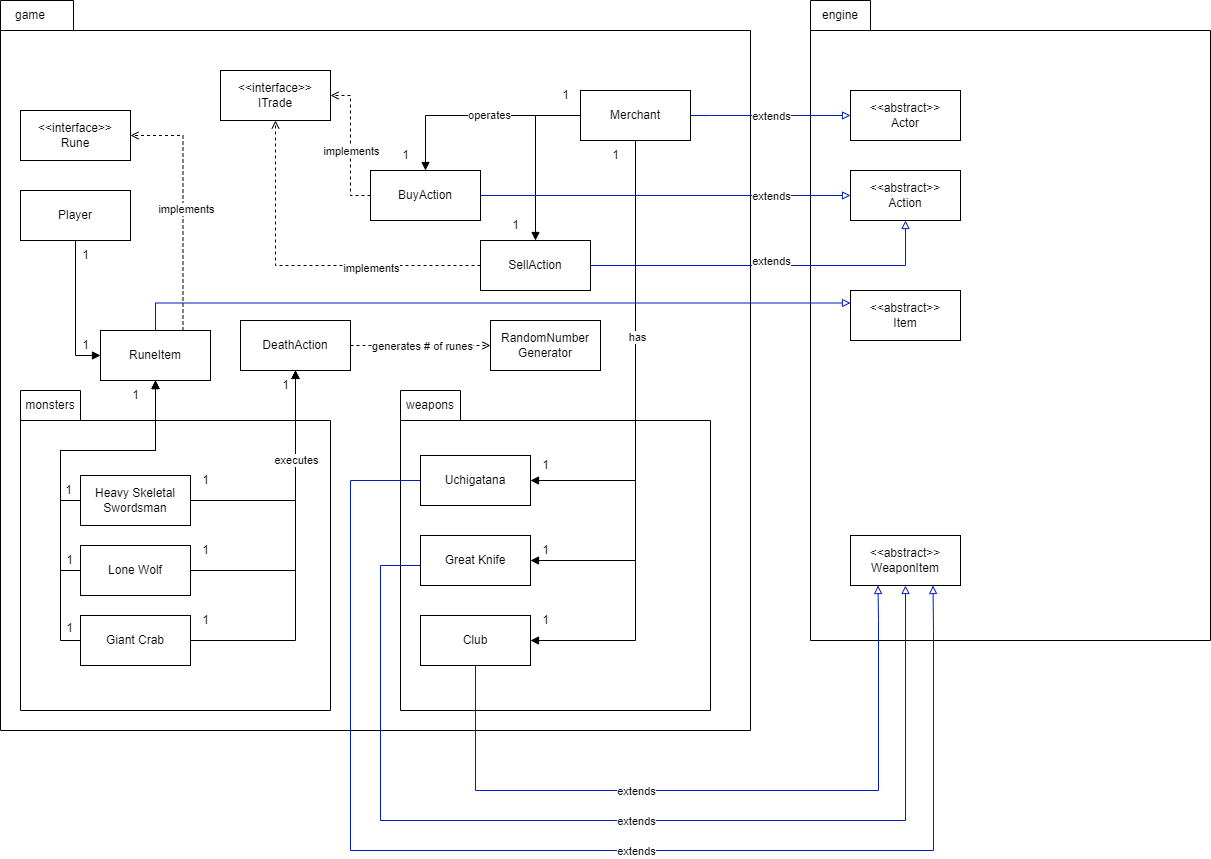
Above: docs/FIT2099 Assignment 1 Req 2 UML Diagram.drawio.png in hyynes/monash-fit2099 (draw.io), before the change. Source tidied: cells renumbered, new cells last; positions are measured from the earlier drawing's top-left corner, leaving out a move shared by most shapes.
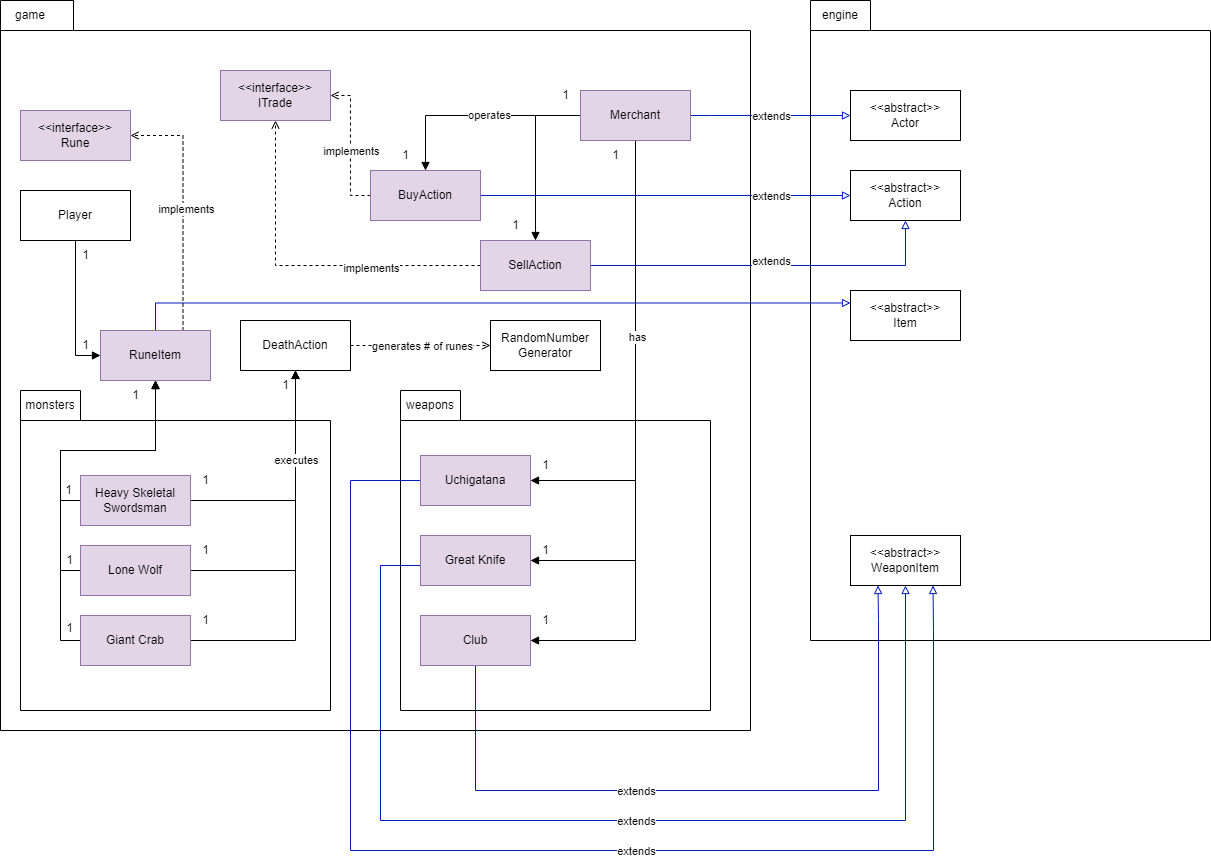
Later version of the same file.

Commit message:
highlighted new classes in purple

What changed in the source:
```diff
@@ -35,7 +35,7 @@
         </Array>
       </mxGeometry>
     </mxCell>
-    <mxCell id="11" value="Heavy Skeletal Swordsman" style="html=1;whiteSpace=wrap;" parent="1" vertex="1">
+    <mxCell id="11" value="Heavy Skeletal Swordsman" style="html=1;whiteSpace=wrap;fillColor=#e1d5e7;strokeColor=#9673a6;" parent="1" vertex="1">
       <mxGeometry x="80" y="475" width="110" height="50" as="geometry" />
     </mxCell>
     <mxCell id="12" style="edgeStyle=orthogonalEdgeStyle;rounded=0;jettySize=auto;html=1;exitX=1;exitY=0.5;exitDx=0;exitDy=0;" parent="1" edge="1" source="14" target="28">
@@ -50,7 +50,7 @@
         </Array>
       </mxGeometry>
     </mxCell>
-    <mxCell id="14" value="Lone Wolf" style="html=1;whiteSpace=wrap;" parent="1" vertex="1">
+    <mxCell id="14" value="Lone Wolf" style="html=1;whiteSpace=wrap;fillColor=#e1d5e7;strokeColor=#9673a6;" parent="1" vertex="1">
       <mxGeometry x="80" y="545" width="110" height="50" as="geometry" />
     </mxCell>
     <mxCell id="15" style="edgeStyle=orthogonalEdgeStyle;rounded=0;jettySize=auto;html=1;exitX=1;exitY=0.5;exitDx=0;exitDy=0;endArrow=block;endFill=1;" parent="1" edge="1" source="18" target="28">
@@ -70,7 +70,7 @@
         </Array>
       </mxGeometry>
     </mxCell>
-    <mxCell id="18" value="Giant Crab" style="html=1;whiteSpace=wrap;" parent="1" vertex="1">
+    <mxCell id="18" value="Giant Crab" style="html=1;whiteSpace=wrap;fillColor=#e1d5e7;strokeColor=#9673a6;" parent="1" vertex="1">
       <mxGeometry x="80" y="615" width="110" height="50" as="geometry" />
     </mxCell>
     <mxCell id="19" style="edgeStyle=orthogonalEdgeStyle;rounded=0;jettySize=auto;html=1;exitX=1;exitY=0.5;exitDx=0;exitDy=0;entryX=0;entryY=0.5;entryDx=0;entryDy=0;endArrow=block;endFill=0;fillColor=#0050ef;strokeColor=#001DBC;" parent="1" edge="1" source="24" target="25">
@@ -133,7 +133,7 @@
         <mxPoint x="224" y="2" as="offset" />
       </mxGeometry>
     </mxCell>
-    <mxCell id="33" value="Uchigatana" style="html=1;whiteSpace=wrap;" parent="1" vertex="1">
+    <mxCell id="33" value="Uchigatana" style="html=1;whiteSpace=wrap;fillColor=#e1d5e7;strokeColor=#9673a6;" parent="1" vertex="1">
       <mxGeometry x="420" y="455" width="110" height="50" as="geometry" />
     </mxCell>
     <mxCell id="34" style="edgeStyle=orthogonalEdgeStyle;rounded=0;jettySize=auto;html=1;exitX=0;exitY=0.5;exitDx=0;exitDy=0;endArrow=block;endFill=0;entryX=0.5;entryY=1;entryDx=0;entryDy=0;fillColor=#0050ef;strokeColor=#001DBC;" parent="1" edge="1" source="36" target="69">
@@ -151,7 +151,7 @@
         <mxPoint x="253" y="51" as="offset" />
       </mxGeometry>
     </mxCell>
-    <mxCell id="36" value="Great Knife" style="html=1;whiteSpace=wrap;" parent="1" vertex="1">
+    <mxCell id="36" value="Great Knife" style="html=1;whiteSpace=wrap;fillColor=#e1d5e7;strokeColor=#9673a6;" parent="1" vertex="1">
       <mxGeometry x="420" y="535" width="110" height="50" as="geometry" />
     </mxCell>
     <mxCell id="37" style="edgeStyle=orthogonalEdgeStyle;rounded=0;jettySize=auto;html=1;exitX=0.5;exitY=1;exitDx=0;exitDy=0;entryX=0.25;entryY=1;entryDx=0;entryDy=0;endArrow=block;endFill=0;fillColor=#0050ef;strokeColor=#001DBC;" parent="1" edge="1" source="39" target="69">
@@ -168,7 +168,7 @@
         <mxPoint x="3" y="-3" as="offset" />
       </mxGeometry>
     </mxCell>
-    <mxCell id="39" value="Club" style="html=1;whiteSpace=wrap;" parent="1" vertex="1">
+    <mxCell id="39" value="Club" style="html=1;whiteSpace=wrap;fillColor=#e1d5e7;strokeColor=#9673a6;" parent="1" vertex="1">
       <mxGeometry x="420" y="615" width="110" height="50" as="geometry" />
     </mxCell>
     <mxCell id="40" value="monsters" style="text;html=1;strokeColor=none;fillColor=none;align=center;verticalAlign=middle;whiteSpace=wrap;rounded=0;" parent="1" vertex="1">
@@ -305,5 +305,23 @@
     <mxCell id="81" value="1" style="text;html=1;align=center;verticalAlign=middle;strokeColor=none;fillColor=none;" parent="1" vertex="1">
       <mxGeometry x="70" y="330" width="30" height="30" as="geometry" />
     </mxCell>
+    <mxCell id="82" value="RuneItem" style="html=1;whiteSpace=wrap;fillColor=#e1d5e7;strokeColor=#9673a6;" parent="1" vertex="1">
+      <mxGeometry x="100" y="330" width="110" height="50" as="geometry" />
+    </mxCell>
+    <mxCell id="83" value="&amp;lt;&amp;lt;interface&amp;gt;&amp;gt;&lt;br&gt;Rune" style="html=1;whiteSpace=wrap;fillColor=#e1d5e7;strokeColor=#9673a6;" parent="1" vertex="1">
+      <mxGeometry x="20" y="110" width="110" height="50" as="geometry" />
+    </mxCell>
+    <mxCell id="84" value="&amp;lt;&amp;lt;interface&amp;gt;&amp;gt;&lt;br&gt;ITrade" style="html=1;whiteSpace=wrap;fillColor=#e1d5e7;strokeColor=#9673a6;" parent="1" vertex="1">
+      <mxGeometry x="220" y="70" width="110" height="50" as="geometry" />
+    </mxCell>
+    <mxCell id="85" value="BuyAction" style="html=1;whiteSpace=wrap;fillColor=#e1d5e7;strokeColor=#9673a6;" parent="1" vertex="1">
+      <mxGeometry x="370" y="170" width="110" height="50" as="geometry" />
+    </mxCell>
+    <mxCell id="86" value="Merchant" style="html=1;whiteSpace=wrap;fillColor=#e1d5e7;strokeColor=#9673a6;" parent="1" vertex="1">
+      <mxGeometry x="580" y="90" width="110" height="50" as="geometry" />
+    </mxCell>
+    <mxCell id="87" value="SellAction" style="html=1;whiteSpace=wrap;fillColor=#e1d5e7;strokeColor=#9673a6;" parent="1" vertex="1">
+      <mxGeometry x="480" y="240" width="110" height="50" as="geometry" />
+    </mxCell>
   </root>
 </mxGraphModel>
```
